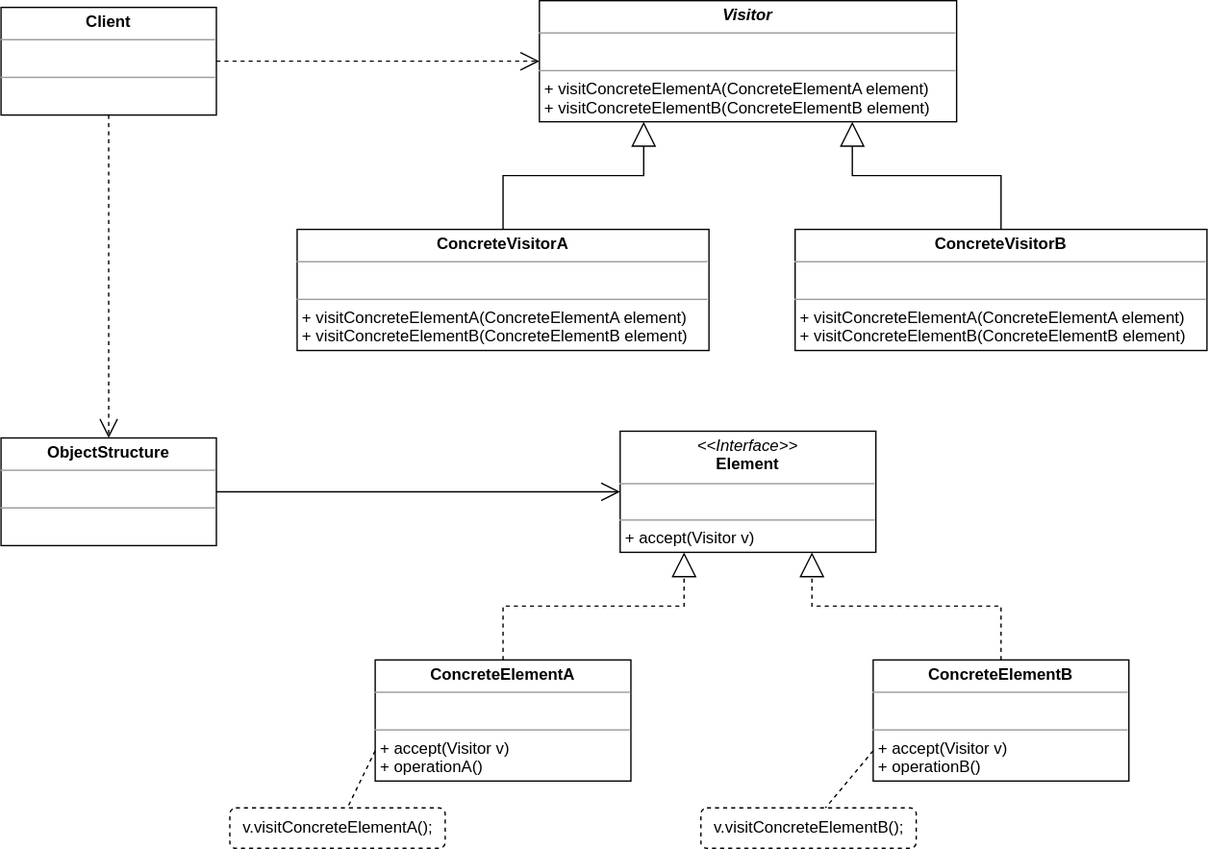
Before: 设计模式/assets/visitor-pattern.svg, a diagram exported from draw.io (ustargaze/til). Source tidied: cells renumbered, new cells last; positions are measured from the earlier drawing's top-left corner, leaving out a move shared by most shapes.
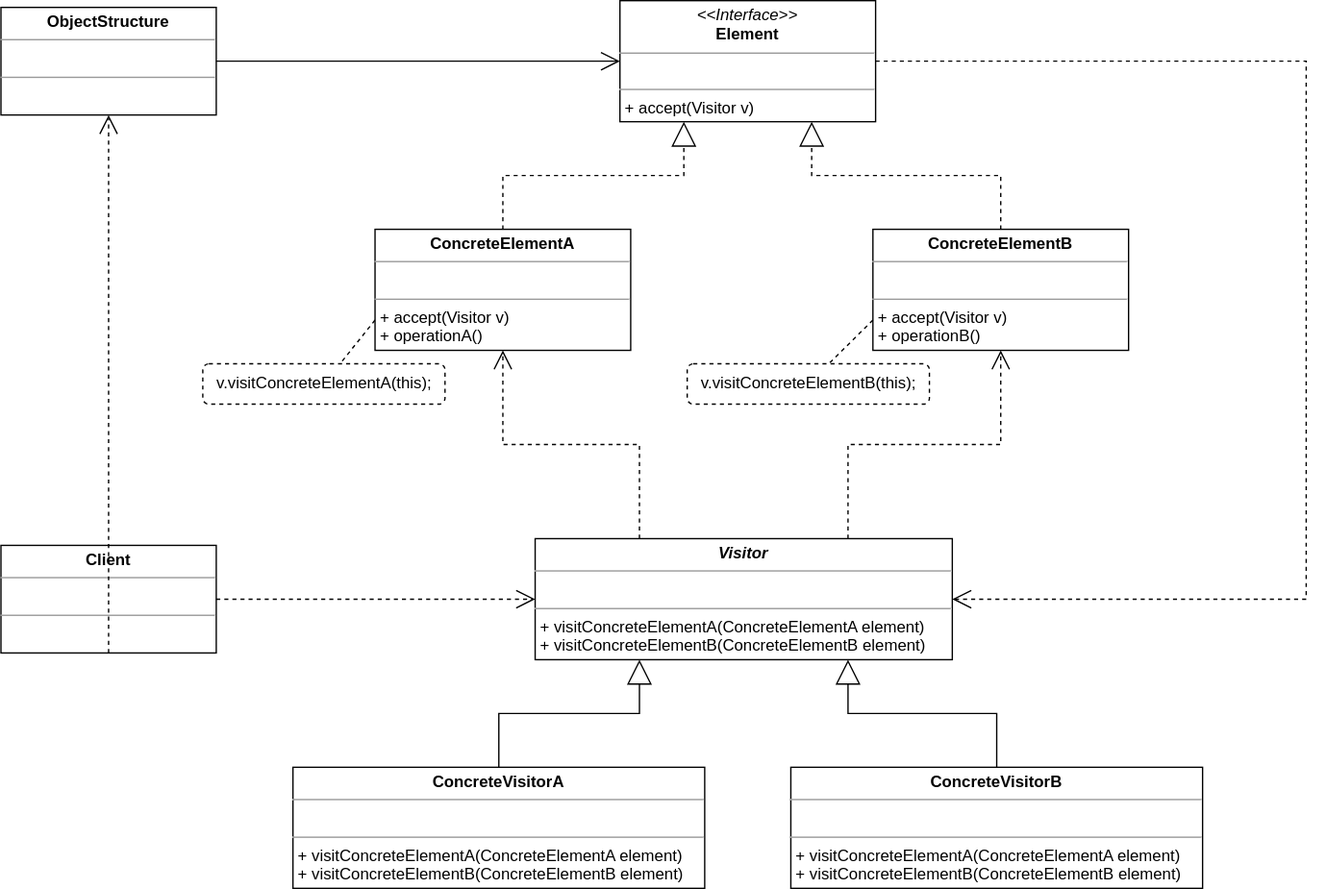
The same diagram one commit later.

Commit message:
修改访问者模式的类图

Change to the diagram source:
```diff
@@ -3,13 +3,13 @@
     <mxCell id="0" />
     <mxCell id="1" parent="0" />
     <mxCell id="2" value="&lt;p style=&quot;margin:0px;margin-top:4px;text-align:center;&quot;&gt;&lt;b&gt;&lt;i&gt;Visitor&lt;/i&gt;&lt;/b&gt;&lt;/p&gt;&lt;hr size=&quot;1&quot;&gt;&lt;p style=&quot;margin:0px;margin-left:4px;&quot;&gt;&lt;br&gt;&lt;/p&gt;&lt;hr size=&quot;1&quot;&gt;&lt;p style=&quot;margin:0px;margin-left:4px;&quot;&gt;+ visitConcreteElementA(ConcreteElementA element)&lt;/p&gt;&lt;p style=&quot;margin:0px;margin-left:4px;&quot;&gt;+ visitConcreteElementB(ConcreteElementB element)&lt;br&gt;&lt;/p&gt;" style="verticalAlign=top;align=left;overflow=fill;html=1;whiteSpace=wrap;" parent="1" vertex="1">
-      <mxGeometry x="400" width="310" height="90" as="geometry" />
+      <mxGeometry x="397" y="720" width="310" height="90" as="geometry" />
     </mxCell>
     <mxCell id="3" value="&lt;p style=&quot;margin:0px;margin-top:4px;text-align:center;&quot;&gt;&lt;b&gt;ConcreteVisitorA&lt;/b&gt;&lt;/p&gt;&lt;hr size=&quot;1&quot;&gt;&lt;p style=&quot;margin:0px;margin-left:4px;&quot;&gt;&lt;br&gt;&lt;/p&gt;&lt;hr size=&quot;1&quot;&gt;&lt;p style=&quot;margin:0px;margin-left:4px;&quot;&gt;+ visitConcreteElementA(ConcreteElementA element)&lt;/p&gt;&lt;p style=&quot;margin:0px;margin-left:4px;&quot;&gt;+ visitConcreteElementB(ConcreteElementB element)&lt;br&gt;&lt;/p&gt;" style="verticalAlign=top;align=left;overflow=fill;html=1;whiteSpace=wrap;" parent="1" vertex="1">
-      <mxGeometry x="220" y="170" width="306" height="90" as="geometry" />
+      <mxGeometry x="217" y="890" width="306" height="90" as="geometry" />
     </mxCell>
     <mxCell id="4" value="&lt;p style=&quot;margin:0px;margin-top:4px;text-align:center;&quot;&gt;&lt;b&gt;ConcreteVisitorB&lt;/b&gt;&lt;/p&gt;&lt;hr size=&quot;1&quot;&gt;&lt;p style=&quot;margin:0px;margin-left:4px;&quot;&gt;&lt;br&gt;&lt;/p&gt;&lt;hr size=&quot;1&quot;&gt;&lt;p style=&quot;margin:0px;margin-left:4px;&quot;&gt;+ visitConcreteElementA(ConcreteElementA element)&lt;/p&gt;&lt;p style=&quot;margin:0px;margin-left:4px;&quot;&gt;+ visitConcreteElementB(ConcreteElementB element)&lt;br&gt;&lt;/p&gt;" style="verticalAlign=top;align=left;overflow=fill;html=1;whiteSpace=wrap;" parent="1" vertex="1">
-      <mxGeometry x="590" y="170" width="306" height="90" as="geometry" />
+      <mxGeometry x="587" y="890" width="306" height="90" as="geometry" />
     </mxCell>
     <mxCell id="5" style="endArrow=block;endSize=16;endFill=0;html=1;rounded=0;entryX=0.25;entryY=1;entryDx=0;entryDy=0;exitX=0.5;exitY=0;exitDx=0;exitDy=0;edgeStyle=orthogonalEdgeStyle;" parent="1" edge="1" source="3" target="2">
       <mxGeometry relative="1" as="geometry" />
@@ -42,22 +42,36 @@
       <mxGeometry relative="1" as="geometry" />
     </mxCell>
     <mxCell id="15" value="&lt;p style=&quot;margin:0px;margin-top:4px;text-align:center;&quot;&gt;&lt;b&gt;Client&lt;/b&gt;&lt;/p&gt;&lt;hr size=&quot;1&quot;&gt;&lt;p style=&quot;margin:0px;margin-left:4px;&quot;&gt;&lt;br&gt;&lt;/p&gt;&lt;hr size=&quot;1&quot;&gt;&lt;p style=&quot;margin:0px;margin-left:4px;&quot;&gt;&lt;br&gt;&lt;/p&gt;" style="verticalAlign=top;align=left;overflow=fill;html=1;whiteSpace=wrap;" parent="1" vertex="1">
-      <mxGeometry y="5" width="160" height="80" as="geometry" />
+      <mxGeometry y="725" width="160" height="80" as="geometry" />
     </mxCell>
     <mxCell id="16" style="endArrow=open;endSize=12;dashed=1;html=1;rounded=0;entryX=0;entryY=0.5;entryDx=0;entryDy=0;exitX=1;exitY=0.5;exitDx=0;exitDy=0;" parent="1" edge="1" source="15" target="2">
       <mxGeometry relative="1" as="geometry" />
     </mxCell>
-    <mxCell id="17" style="endArrow=open;endSize=12;dashed=1;html=1;rounded=0;entryX=0.5;entryY=0;entryDx=0;entryDy=0;exitX=0.5;exitY=1;exitDx=0;exitDy=0;" parent="1" edge="1" source="15" target="13">
+    <mxCell id="17" style="endArrow=open;endSize=12;dashed=1;html=1;rounded=0;entryX=0.5;entryY=1;entryDx=0;entryDy=0;exitX=0.5;exitY=1;exitDx=0;exitDy=0;" parent="1" edge="1" source="15" target="13">
       <mxGeometry relative="1" as="geometry" />
     </mxCell>
-    <mxCell id="18" value="v.visitConcreteElementA();" style="text;html=1;align=center;verticalAlign=middle;points=[];strokeColor=default;fillColor=none;rounded=1;dashed=1;" parent="1" vertex="1">
-      <mxGeometry x="170" y="600" width="160" height="30" as="geometry" />
+    <mxCell id="18" value="v.visitConcreteElementA(this);" style="text;html=1;align=center;verticalAlign=middle;points=[];strokeColor=default;fillColor=none;rounded=1;dashed=1;" parent="1" vertex="1">
+      <mxGeometry x="150" y="590" width="180" height="30" as="geometry" />
     </mxCell>
-    <mxCell id="19" value="v.visitConcreteElementB();" style="text;html=1;align=center;verticalAlign=middle;points=[];strokeColor=default;fillColor=none;rounded=1;dashed=1;" parent="1" vertex="1">
-      <mxGeometry x="520" y="600" width="160" height="30" as="geometry" />
+    <mxCell id="19" value="v.visitConcreteElementB(this);" style="text;html=1;align=center;verticalAlign=middle;points=[];strokeColor=default;fillColor=none;rounded=1;dashed=1;" parent="1" vertex="1">
+      <mxGeometry x="510" y="590" width="180" height="30" as="geometry" />
     </mxCell>
     <mxCell id="20" style="rounded=0;jettySize=auto;html=1;exitX=0;exitY=0.75;exitDx=0;exitDy=0;endArrow=none;endFill=0;dashed=1;" parent="1" edge="1" source="10" target="19">
       <mxGeometry relative="1" as="geometry" />
     </mxCell>
+    <mxCell id="21" style="endArrow=open;endSize=12;dashed=1;html=1;rounded=0;entryX=0.5;entryY=1;entryDx=0;entryDy=0;exitX=0.25;exitY=0;exitDx=0;exitDy=0;edgeStyle=orthogonalEdgeStyle;" parent="1" edge="1" source="2" target="9">
+      <mxGeometry relative="1" as="geometry" />
+    </mxCell>
+    <mxCell id="22" style="endArrow=open;endSize=12;dashed=1;html=1;rounded=0;entryX=0.5;entryY=1;entryDx=0;entryDy=0;exitX=0.75;exitY=0;exitDx=0;exitDy=0;edgeStyle=orthogonalEdgeStyle;" parent="1" edge="1" source="2" target="10">
+      <mxGeometry relative="1" as="geometry" />
+    </mxCell>
+    <mxCell id="23" style="endArrow=open;endSize=12;dashed=1;html=1;rounded=0;entryX=1;entryY=0.5;entryDx=0;entryDy=0;exitX=1;exitY=0.5;exitDx=0;exitDy=0;edgeStyle=orthogonalEdgeStyle;" parent="1" edge="1" source="7" target="2">
+      <mxGeometry relative="1" as="geometry">
+        <Array as="points">
+          <mxPoint x="970" y="365" />
+          <mxPoint x="970" y="765" />
+        </Array>
+      </mxGeometry>
+    </mxCell>
   </root>
 </mxGraphModel>
```
